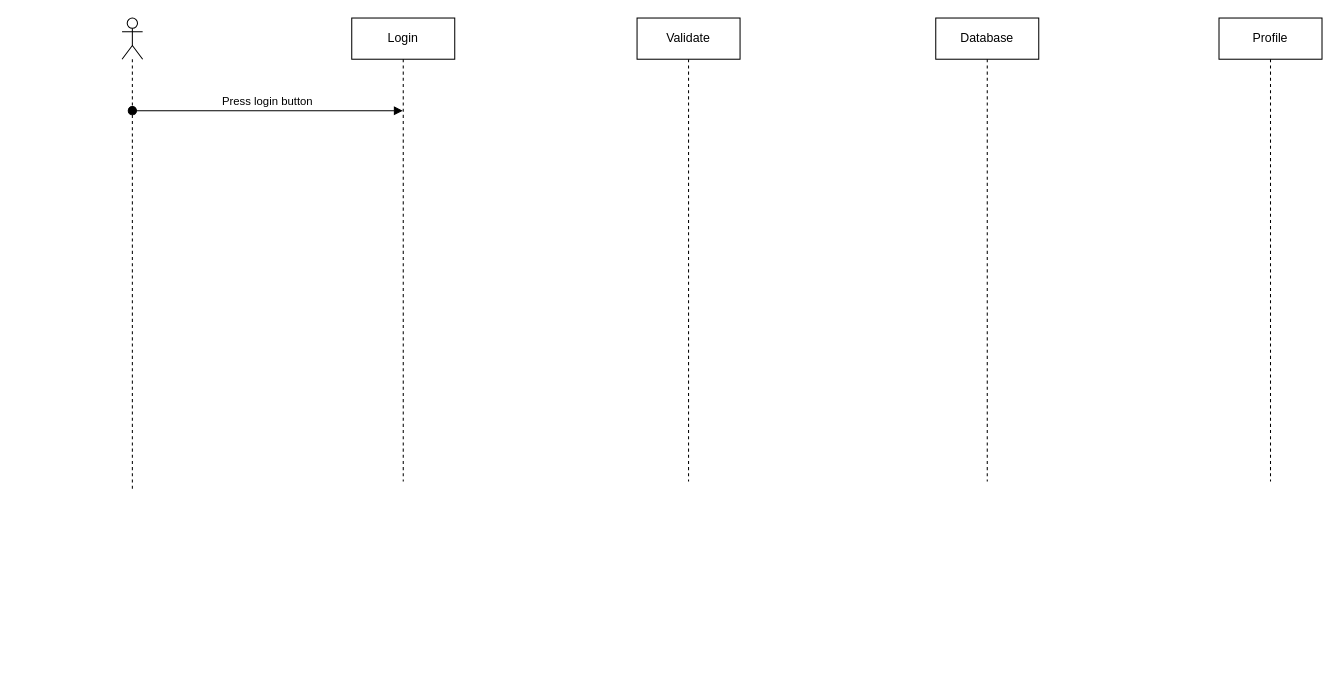
This is docs/diagrams/sequence/linguaFlashLoginSequenceDiagram.drawio from empty-works/lingua-flash, a draw.io file, before an edit. Source tidied: cells renumbered, new cells numbered last; positions are measured from the earlier drawing's top-left corner, leaving out a move shared by most shapes. Both pictures are drawn from the tidied source at 103%, with x=0, y=0 at pixel (122, 18).
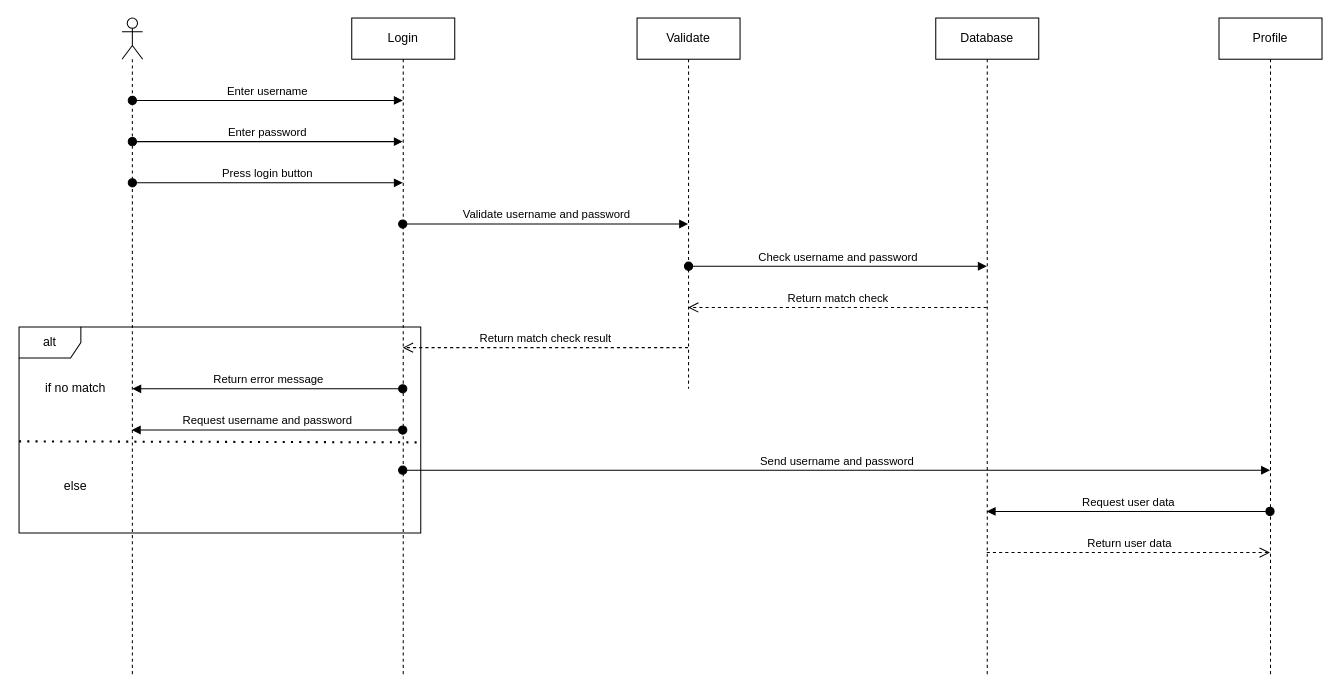
After the change.

Commit message:
Update linguaFlashLoginSequenceDiagram.drawio - updated to include more requests and returns.

What changed in the source:
```diff
@@
     <mxCell id="2" style="shape=umlLifeline;perimeter=lifelinePerimeter;whiteSpace=wrap;html=1;newEdgeStyle={&quot;edgeStyle&quot;:&quot;elbowEdgeStyle&quot;,&quot;elbow&quot;:&quot;vertical&quot;,&quot;curved&quot;:0,&quot;rounded&quot;:0};participant=umlActor;" parent="1" vertex="1">
-      <mxGeometry width="20" height="460" as="geometry" />
+      <mxGeometry width="20" height="640" as="geometry" />
     </mxCell>
     <mxCell id="3" value="Login" style="shape=umlLifeline;perimeter=lifelinePerimeter;whiteSpace=wrap;html=1;outlineConnect=0;portConstraint=eastwest;newEdgeStyle={&quot;edgeStyle&quot;:&quot;elbowEdgeStyle&quot;,&quot;elbow&quot;:&quot;vertical&quot;,&quot;curved&quot;:0,&quot;rounded&quot;:0};" parent="1" vertex="1">
-      <mxGeometry x="223" width="100" height="450" as="geometry" />
+      <mxGeometry x="223" width="100" height="640" as="geometry" />
     </mxCell>
     <mxCell id="4" value="Validate" style="shape=umlLifeline;perimeter=lifelinePerimeter;whiteSpace=wrap;html=1;newEdgeStyle={&quot;edgeStyle&quot;:&quot;elbowEdgeStyle&quot;,&quot;elbow&quot;:&quot;vertical&quot;,&quot;curved&quot;:0,&quot;rounded&quot;:0};" parent="1" vertex="1">
-      <mxGeometry x="500" width="100" height="450" as="geometry" />
+      <mxGeometry x="500" width="100" height="360" as="geometry" />
     </mxCell>
     <mxCell id="5" value="Database" style="shape=umlLifeline;perimeter=lifelinePerimeter;whiteSpace=wrap;html=1;newEdgeStyle={&quot;edgeStyle&quot;:&quot;elbowEdgeStyle&quot;,&quot;elbow&quot;:&quot;vertical&quot;,&quot;curved&quot;:0,&quot;rounded&quot;:0};" parent="1" vertex="1">
-      <mxGeometry x="790" width="100" height="450" as="geometry" />
+      <mxGeometry x="790" width="100" height="640" as="geometry" />
     </mxCell>
     <mxCell id="6" value="Profile" style="shape=umlLifeline;perimeter=lifelinePerimeter;whiteSpace=wrap;html=1;outlineConnect=0;portConstraint=eastwest;newEdgeStyle={&quot;edgeStyle&quot;:&quot;elbowEdgeStyle&quot;,&quot;elbow&quot;:&quot;vertical&quot;,&quot;curved&quot;:0,&quot;rounded&quot;:0};" parent="1" vertex="1">
-      <mxGeometry x="1065" width="100" height="450" as="geometry" />
+      <mxGeometry x="1065" width="100" height="640" as="geometry" />
     </mxCell>
-    <mxCell id="7" value="Press login button" style="html=1;verticalAlign=bottom;startArrow=oval;startFill=1;endArrow=block;startSize=8;edgeStyle=elbowEdgeStyle;elbow=vertical;curved=0;rounded=0;" parent="1" edge="1" target="3">
+    <mxCell id="7" value="Press login button" style="html=1;verticalAlign=bottom;startArrow=oval;startFill=1;endArrow=block;startSize=8;edgeStyle=elbowEdgeStyle;elbow=vertical;curved=0;rounded=0;" parent="1" edge="1">
       <mxGeometry relative="1" as="geometry">
-        <mxPoint x="10" y="90" as="sourcePoint" />
+        <mxPoint x="10" y="160" as="sourcePoint" />
+        <mxPoint x="272.5" y="160" as="targetPoint" />
       </mxGeometry>
     </mxCell>
+    <mxCell id="8" value="Enter username" style="html=1;verticalAlign=bottom;startArrow=oval;startFill=1;endArrow=block;startSize=8;edgeStyle=elbowEdgeStyle;elbow=vertical;curved=0;rounded=0;" parent="1" edge="1">
+      <mxGeometry relative="1" as="geometry">
+        <mxPoint x="10" y="80" as="sourcePoint" />
+        <mxPoint x="272.5" y="80" as="targetPoint" />
+      </mxGeometry>
+    </mxCell>
+    <mxCell id="9" value="Enter password" style="html=1;verticalAlign=bottom;startArrow=oval;startFill=1;endArrow=block;startSize=8;edgeStyle=elbowEdgeStyle;elbow=vertical;curved=0;rounded=0;" parent="1" edge="1">
+      <mxGeometry relative="1" as="geometry">
+        <mxPoint x="10" y="120" as="sourcePoint" />
+        <mxPoint x="272.5" y="120" as="targetPoint" />
+      </mxGeometry>
+    </mxCell>
+    <mxCell id="10" value="Validate username and password" style="html=1;verticalAlign=bottom;startArrow=oval;startFill=1;endArrow=block;startSize=8;edgeStyle=elbowEdgeStyle;elbow=vertical;curved=0;rounded=0;" parent="1" edge="1">
+      <mxGeometry relative="1" as="geometry">
+        <mxPoint x="272.5" y="200" as="sourcePoint" />
+        <mxPoint x="549.5" y="200" as="targetPoint" />
+      </mxGeometry>
+    </mxCell>
+    <mxCell id="11" value="Check username and password" style="html=1;verticalAlign=bottom;startArrow=oval;startFill=1;endArrow=block;startSize=8;edgeStyle=elbowEdgeStyle;elbow=vertical;curved=0;rounded=0;" parent="1" edge="1">
+      <mxGeometry relative="1" as="geometry">
+        <mxPoint x="550" y="241" as="sourcePoint" />
+        <mxPoint x="839.5" y="241" as="targetPoint" />
+      </mxGeometry>
+    </mxCell>
+    <mxCell id="12" value="Return match check" style="html=1;verticalAlign=bottom;endArrow=open;dashed=1;endSize=8;edgeStyle=elbowEdgeStyle;elbow=vertical;curved=0;rounded=0;" parent="1" edge="1">
+      <mxGeometry relative="1" as="geometry">
+        <mxPoint x="839.5" y="281" as="sourcePoint" />
+        <mxPoint x="549.5" y="281" as="targetPoint" />
+      </mxGeometry>
+    </mxCell>
+    <mxCell id="13" value="Return match check result" style="html=1;verticalAlign=bottom;endArrow=open;dashed=1;endSize=8;edgeStyle=elbowEdgeStyle;elbow=vertical;curved=0;rounded=0;" parent="1" edge="1">
+      <mxGeometry relative="1" as="geometry">
+        <mxPoint x="549.5" y="320" as="sourcePoint" />
+        <mxPoint x="272.5" y="320" as="targetPoint" />
+      </mxGeometry>
+    </mxCell>
+    <mxCell id="14" value="alt" style="shape=umlFrame;whiteSpace=wrap;html=1;" parent="1" vertex="1">
+      <mxGeometry x="-100" y="300" width="390" height="200" as="geometry" />
+    </mxCell>
+    <mxCell id="15" value="if no match" style="text;html=1;strokeColor=none;fillColor=none;align=center;verticalAlign=middle;whiteSpace=wrap;rounded=0;" parent="1" vertex="1">
+      <mxGeometry x="-90" y="340" width="90" height="40" as="geometry" />
+    </mxCell>
+    <mxCell id="16" style="endArrow=none;dashed=1;html=1;dashPattern=1 3;strokeWidth=2;rounded=0;exitX=0;exitY=0.495;exitDx=0;exitDy=0;exitPerimeter=0;entryX=1.003;entryY=0.5;entryDx=0;entryDy=0;entryPerimeter=0;" parent="1" edge="1">
+      <mxGeometry relative="1" as="geometry">
+        <mxPoint x="-100" y="411" as="sourcePoint" />
+        <mxPoint x="291.2" y="412" as="targetPoint" />
+      </mxGeometry>
+    </mxCell>
+    <mxCell id="17" value="Request username and password" style="html=1;verticalAlign=bottom;startArrow=oval;startFill=1;endArrow=block;startSize=8;edgeStyle=elbowEdgeStyle;elbow=vertical;curved=0;rounded=0;" parent="1" edge="1">
+      <mxGeometry relative="1" as="geometry">
+        <mxPoint x="272.5" y="400" as="sourcePoint" />
+        <mxPoint x="9.5" y="400" as="targetPoint" />
+      </mxGeometry>
+    </mxCell>
+    <mxCell id="18" value="Return error message" style="html=1;verticalAlign=bottom;startArrow=oval;startFill=1;endArrow=block;startSize=8;edgeStyle=elbowEdgeStyle;elbow=vertical;curved=0;rounded=0;" parent="1" edge="1" source="3">
+      <mxGeometry relative="1" as="geometry">
+        <mxPoint x="10" y="360" as="targetPoint" />
+        <Array as="points">
+          <mxPoint x="10" y="360" />
+        </Array>
+      </mxGeometry>
+    </mxCell>
+    <mxCell id="19" value="else" style="text;html=1;strokeColor=none;fillColor=none;align=center;verticalAlign=middle;whiteSpace=wrap;rounded=0;" parent="1" vertex="1">
+      <mxGeometry x="-75" y="440" width="60" height="30" as="geometry" />
+    </mxCell>
+    <mxCell id="20" value="Send username and password" style="html=1;verticalAlign=bottom;startArrow=oval;startFill=1;endArrow=block;startSize=8;edgeStyle=elbowEdgeStyle;elbow=vertical;curved=0;rounded=0;" parent="1" edge="1" target="6">
+      <mxGeometry relative="1" as="geometry">
+        <mxPoint x="272.5" y="439" as="sourcePoint" />
+      </mxGeometry>
+    </mxCell>
+    <mxCell id="21" value="Request user data" style="html=1;verticalAlign=bottom;startArrow=oval;startFill=1;endArrow=block;startSize=8;edgeStyle=elbowEdgeStyle;elbow=vertical;curved=0;rounded=0;" parent="1" edge="1">
+      <mxGeometry relative="1" as="geometry">
+        <mxPoint x="1114.5" y="479" as="sourcePoint" />
+        <mxPoint x="839.5" y="479" as="targetPoint" />
+      </mxGeometry>
+    </mxCell>
+    <mxCell id="22" value="Return user data" style="html=1;verticalAlign=bottom;endArrow=open;dashed=1;endSize=8;edgeStyle=elbowEdgeStyle;elbow=vertical;curved=0;rounded=0;" parent="1" edge="1">
+      <mxGeometry relative="1" as="geometry">
+        <mxPoint x="839.5" y="519" as="sourcePoint" />
+        <mxPoint x="1114.5" y="519" as="targetPoint" />
+      </mxGeometry>
+    </mxCell>
```
